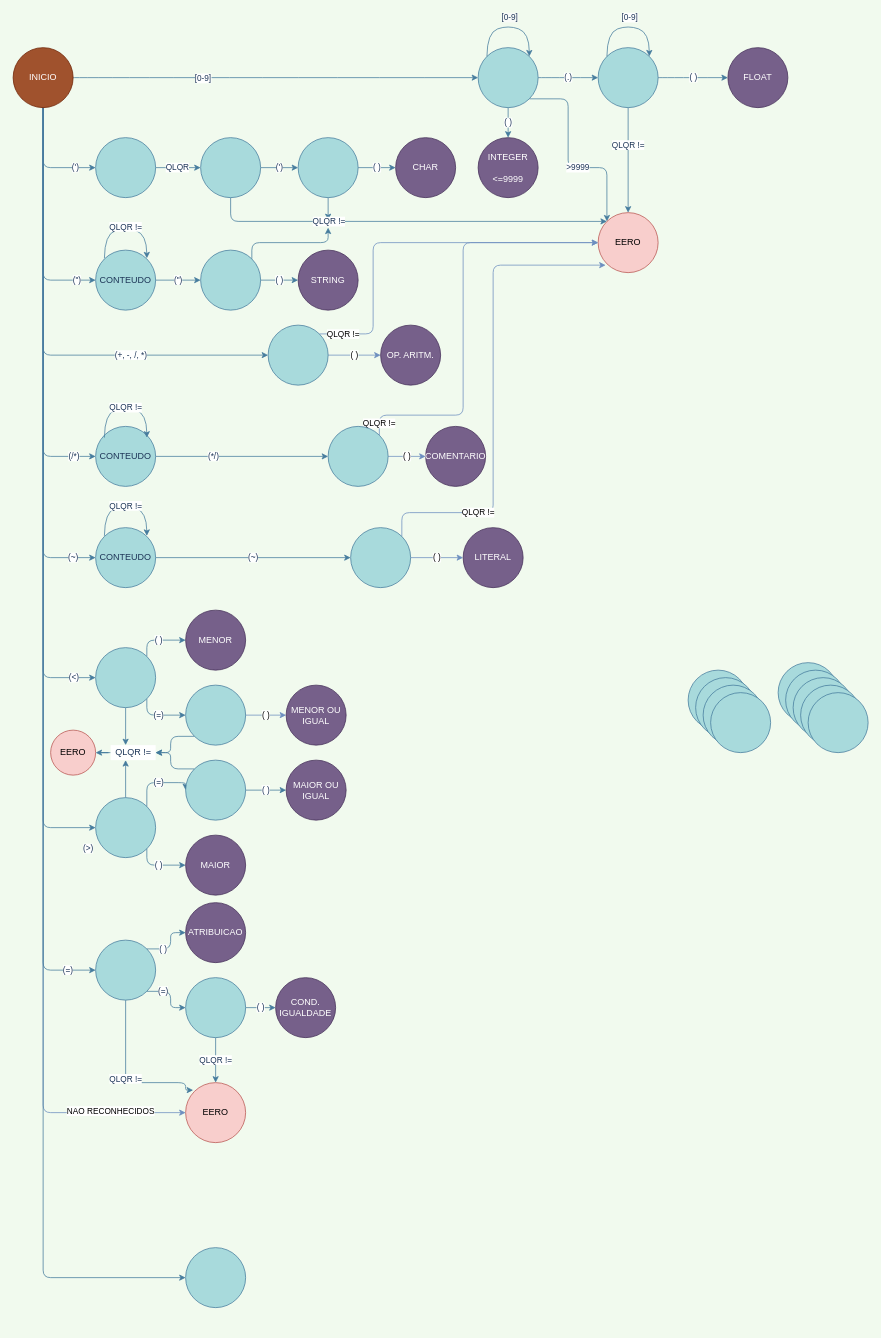
The draw.io diagram Untitled Diagram.drawio in V-Mihael/Hello-World, before the edit. Source tidied: cells renumbered, new cells numbered last; positions are measured from the earlier drawing's top-left corner, leaving out a move shared by most shapes. Both pictures are drawn from the tidied source at 75%, with x=0, y=0 at pixel (13, 25).
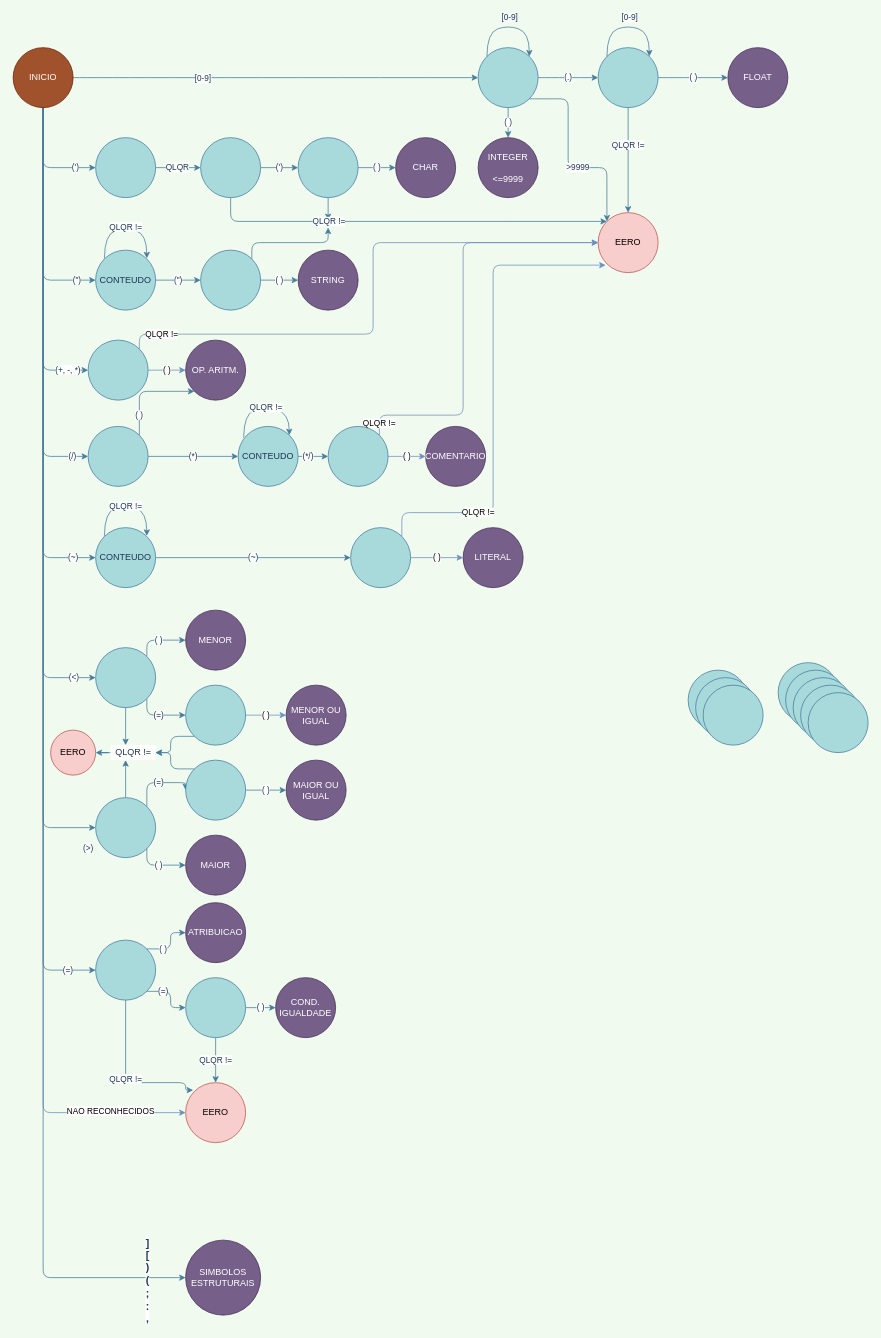
Above is the later version.

The change refers to these unchanged cells:
```xml
<mxCell id="14" style="edgeStyle=orthogonalEdgeStyle;curved=0;rounded=1;sketch=0;jettySize=auto;html=1;entryX=0;entryY=0.5;entryDx=0;entryDy=0;strokeColor=#457B9D;fillColor=#A8DADC;fontColor=#1D3557;" parent="1" edge="1" source="15" target="93">
  <mxGeometry relative="1" as="geometry">
    <Array as="points">
      <mxPoint x="40" y="1670" />
      <mxPoint x="230" y="1670" />
    </Array>
  </mxGeometry>
</mxCell>
<mxCell id="15" value="&lt;div&gt;INICIO&lt;/div&gt;" style="ellipse;whiteSpace=wrap;html=1;fillColor=#a0522d;strokeColor=#6D1F00;direction=south;fontColor=#ffffff;rounded=1;" parent="1" vertex="1">
  <mxGeometry y="30" width="80" height="80" as="geometry" />
</mxCell>
```

Diff of the diagram source:
```diff
@@
-    <mxCell id="6" value="(+, -, /, *)" style="edgeStyle=orthogonalEdgeStyle;curved=0;rounded=1;sketch=0;jettySize=auto;html=1;strokeColor=#457B9D;fillColor=#A8DADC;fontColor=#1D3557;entryX=0;entryY=0.5;entryDx=0;entryDy=0;" parent="1" edge="1" source="15" target="73">
-      <mxGeometry x="0.42" relative="1" as="geometry">
+    <mxCell id="6" value="(+, -, *)" style="edgeStyle=orthogonalEdgeStyle;curved=0;rounded=1;sketch=0;jettySize=auto;html=1;strokeColor=#457B9D;fillColor=#A8DADC;fontColor=#1D3557;entryX=0;entryY=0.5;entryDx=0;entryDy=0;" parent="1" edge="1" source="15" target="73">
+      <mxGeometry x="0.87" relative="1" as="geometry">
         <Array as="points">
-          <mxPoint x="40" y="440" />
+          <mxPoint x="40" y="460" />
         </Array>
       </mxGeometry>
     </mxCell>
-    <mxCell id="7" value="(/*)" style="edgeStyle=orthogonalEdgeStyle;curved=0;rounded=1;sketch=0;jettySize=auto;html=1;entryX=0;entryY=0.5;entryDx=0;entryDy=0;strokeColor=#457B9D;fillColor=#A8DADC;fontColor=#1D3557;" parent="1" edge="1" source="15" target="59">
-      <mxGeometry x="0.89" relative="1" as="geometry">
+    <mxCell id="7" value="(/)" style="edgeStyle=orthogonalEdgeStyle;curved=0;rounded=1;sketch=0;jettySize=auto;html=1;strokeColor=#457B9D;fillColor=#A8DADC;fontColor=#1D3557;" parent="1" edge="1" source="15">
+      <mxGeometry x="0.92" relative="1" as="geometry">
+        <mxPoint x="100" y="575" as="targetPoint" />
         <Array as="points">
           <mxPoint x="40" y="575" />
         </Array>
       </mxGeometry>
     </mxCell>
@@
+    <mxCell id="107" value="&lt;div style=&quot;font-size: 14px&quot;&gt;]&lt;/div&gt;&lt;div style=&quot;font-size: 14px&quot;&gt;[&lt;/div&gt;&lt;div style=&quot;font-size: 14px&quot;&gt;)&lt;/div&gt;&lt;div style=&quot;font-size: 14px&quot;&gt;(&lt;/div&gt;&lt;div style=&quot;font-size: 14px&quot;&gt;;&lt;/div&gt;&lt;div style=&quot;font-size: 14px&quot;&gt;:&lt;/div&gt;&lt;div style=&quot;font-size: 14px&quot;&gt;,&lt;/div&gt;&lt;div style=&quot;font-size: 14px&quot;&gt;&lt;/div&gt;" style="edgeLabel;html=1;align=center;verticalAlign=middle;fontColor=#1D3557;fontSize=14;fontStyle=1;" parent="14" vertex="1">
+      <mxGeometry x="0.94" y="-3" relative="1" as="geometry" />
+    </mxCell>
@@
     <mxCell id="57" value="OP. ARITM." style="ellipse;whiteSpace=wrap;html=1;rounded=1;strokeColor=#432D57;fillColor=#76608a;fontColor=#ffffff;" parent="1" vertex="1">
-      <mxGeometry x="490" y="400" width="80" height="80" as="geometry" />
+      <mxGeometry x="230" y="420" width="80" height="80" as="geometry" />
     </mxCell>
@@
     <mxCell id="59" value="CONTEUDO" style="ellipse;whiteSpace=wrap;html=1;rounded=1;strokeColor=#457B9D;fillColor=#A8DADC;fontColor=#1D3557;" parent="1" vertex="1">
-      <mxGeometry x="110" y="535" width="80" height="80" as="geometry" />
+      <mxGeometry x="300" y="535" width="80" height="80" as="geometry" />
     </mxCell>
-    <mxCell id="60" style="endArrow=classic;html=1;exitX=1;exitY=0;exitDx=0;exitDy=0;strokeColor=#457B9D;fontColor=#1D3557;curved=1;entryX=1;entryY=1;entryDx=0;entryDy=0;labelBackgroundColor=#FFFFFF;" parent="1" edge="1">
+    <mxCell id="60" style="endArrow=classic;html=1;exitX=1;exitY=0;exitDx=0;exitDy=0;strokeColor=#457B9D;fontColor=#1D3557;curved=1;labelBackgroundColor=#FFFFFF;entryX=1;entryY=0;entryDx=0;entryDy=0;" parent="1" edge="1" target="59">
       <mxGeometry relative="1" as="geometry">
-        <mxPoint x="121.7" y="550" as="sourcePoint" />
-        <mxPoint x="178.3" y="550" as="targetPoint" />
+        <mxPoint x="307.4" y="550" as="sourcePoint" />
         <Array as="points">
-          <mxPoint x="122" y="518.3" />
-          <mxPoint x="150" y="508.3" />
-          <mxPoint x="178" y="518.3" />
+          <mxPoint x="307.7" y="518.3" />
+          <mxPoint x="335.7" y="508.3" />
+          <mxPoint x="368" y="518" />
         </Array>
       </mxGeometry>
     </mxCell>
@@
     <mxCell id="73" style="ellipse;whiteSpace=wrap;html=1;rounded=1;strokeColor=#457B9D;fillColor=#A8DADC;fontColor=#1D3557;" parent="1" vertex="1">
-      <mxGeometry x="340" y="400" width="80" height="80" as="geometry" />
+      <mxGeometry x="100" y="420" width="80" height="80" as="geometry" />
     </mxCell>
@@
+    <mxCell id="108" value="&lt;div style=&quot;font-size: 11px;&quot;&gt;( )&lt;/div&gt;" style="edgeStyle=orthogonalEdgeStyle;curved=0;rounded=1;sketch=0;jettySize=auto;html=1;exitX=1;exitY=0;exitDx=0;exitDy=0;entryX=0;entryY=1;entryDx=0;entryDy=0;labelBackgroundColor=#FFFFFF;strokeColor=#457B9D;fillColor=#A8DADC;fontSize=11;fontColor=#1D3557;" parent="1" edge="1" source="88" target="57">
+      <mxGeometry x="-0.59" relative="1" as="geometry">
+        <Array as="points">
+          <mxPoint x="168" y="488" />
+        </Array>
+      </mxGeometry>
+    </mxCell>
+    <mxCell id="109" value="(*)" style="edgeStyle=orthogonalEdgeStyle;curved=0;rounded=1;sketch=0;jettySize=auto;html=1;entryX=0;entryY=0.5;entryDx=0;entryDy=0;labelBackgroundColor=#FFFFFF;strokeColor=#457B9D;fillColor=#A8DADC;fontSize=11;fontColor=#1D3557;" parent="1" edge="1" source="88" target="59">
+      <mxGeometry relative="1" as="geometry" />
+    </mxCell>
     <mxCell id="88" style="ellipse;whiteSpace=wrap;html=1;rounded=1;strokeColor=#457B9D;fillColor=#A8DADC;fontColor=#1D3557;" parent="1" vertex="1">
-      <mxGeometry x="930" y="890" width="80" height="80" as="geometry" />
+      <mxGeometry x="100" y="535" width="80" height="80" as="geometry" />
     </mxCell>
@@
-    <mxCell id="93" style="ellipse;whiteSpace=wrap;html=1;rounded=1;strokeColor=#457B9D;fillColor=#A8DADC;fontColor=#1D3557;" parent="1" vertex="1">
-      <mxGeometry x="230" y="1630" width="80" height="80" as="geometry" />
+    <mxCell id="93" value="&lt;div&gt;SIMBOLOS&lt;/div&gt;&lt;div&gt;ESTRUTURAIS&lt;/div&gt;" style="ellipse;whiteSpace=wrap;html=1;rounded=1;strokeColor=#432D57;fillColor=#76608a;fontColor=#ffffff;" parent="1" vertex="1">
+      <mxGeometry x="230" y="1620" width="100" height="100" as="geometry" />
     </mxCell>
```
